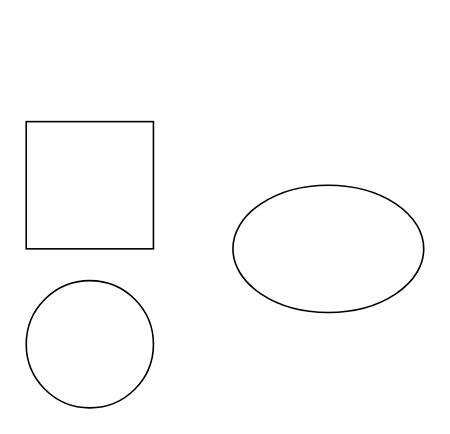
Earlier version of the draw.io diagram 更新未命名表单.drawio (ymm97/draw). Source tidied: cells renumbered, new cells numbered last; positions are measured from the earlier drawing's top-left corner, leaving out a move shared by most shapes. Both pictures are drawn from the tidied source at 159%, with x=0, y=0 at pixel (25, 121).
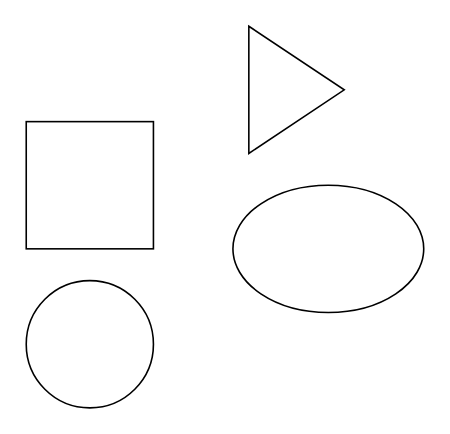
The same page after the edit.

Commit message:
更新更新未命名表单.drawio

Diff of the diagram source:
```diff
@@
 <mxGraphModel>
   <root>
     <mxCell id="0" />
     <mxCell id="1" parent="0" />
     <mxCell id="2" style="whiteSpace=wrap;html=1;" parent="1" vertex="1">
       <mxGeometry width="80" height="80" as="geometry" />
     </mxCell>
     <mxCell id="3" style="ellipse;whiteSpace=wrap;html=1;" parent="1" vertex="1">
       <mxGeometry y="100" width="80" height="80" as="geometry" />
     </mxCell>
     <mxCell id="4" style="ellipse;whiteSpace=wrap;html=1;" parent="1" vertex="1">
       <mxGeometry x="130" y="40" width="120" height="80" as="geometry" />
     </mxCell>
+    <mxCell id="5" style="triangle;whiteSpace=wrap;html=1;" parent="1" vertex="1">
+      <mxGeometry x="140" y="-60" width="60" height="80" as="geometry" />
+    </mxCell>
   </root>
 </mxGraphModel>
```
